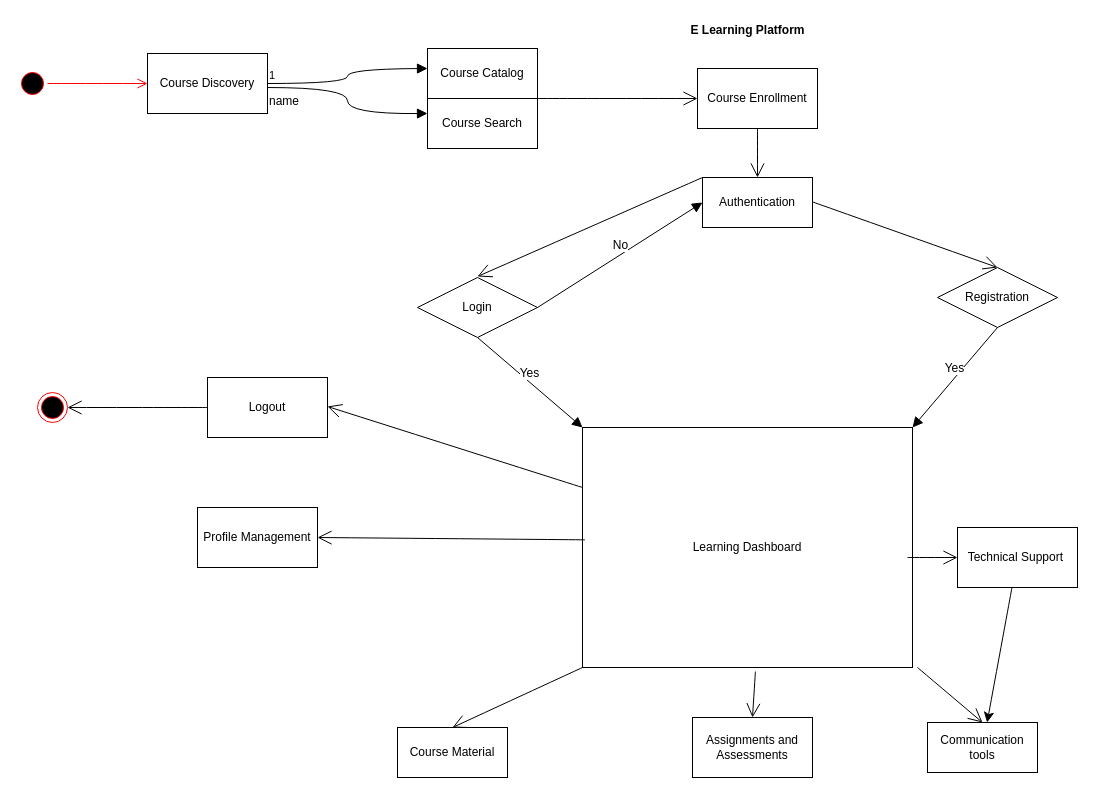
Above: Untitled Diagram.drawio in Saybuh/software_development (draw.io), before the change. Source tidied: cells renumbered, new cells numbered last; positions are measured from the earlier drawing's top-left corner, leaving out a move shared by most shapes. Both pictures are drawn from the tidied source at 100%, with x=0, y=0 at pixel (17, 17).
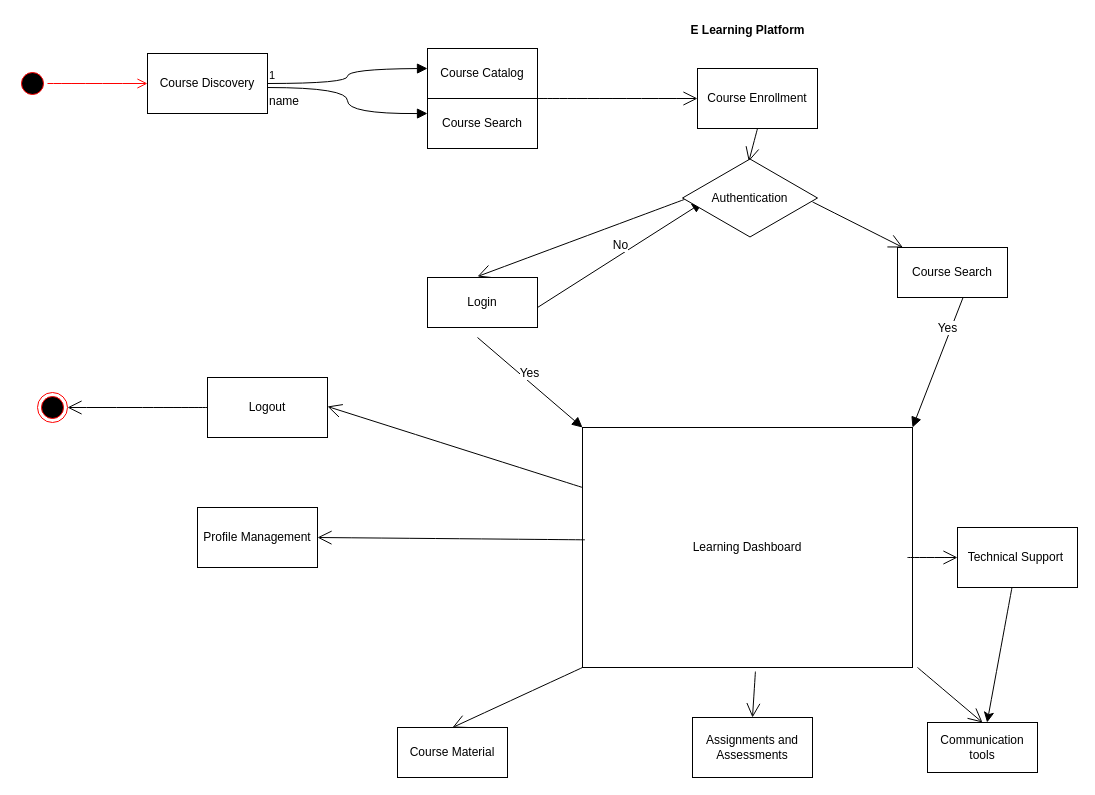
After the change.

Unchanged cells that the change refers to:
```xml
<mxCell id="4" value="Course Enrollment" style="rounded=0;whiteSpace=wrap;html=1;" parent="1" vertex="1">
  <mxGeometry x="680" y="51" width="120" height="60" as="geometry" />
</mxCell>
<mxCell id="5" value="Learning Dashboard" style="rounded=0;whiteSpace=wrap;html=1;" parent="1" vertex="1">
  <mxGeometry x="565" y="410" width="330" height="240" as="geometry" />
</mxCell>
```

Diff of the diagram source:
```diff
@@
-    <mxCell id="20" style="endArrow=open;endFill=1;endSize=12;html=1;rounded=0;fontSize=12;curved=1;entryX=0.5;entryY=0;entryDx=0;entryDy=0;exitX=0.5;exitY=1;exitDx=0;exitDy=0;" parent="1" edge="1" source="4" target="21">
+    <mxCell id="20" style="endArrow=open;endFill=1;endSize=12;html=1;rounded=0;fontSize=12;curved=1;entryX=0.491;entryY=0.049;entryDx=0;entryDy=0;exitX=0.5;exitY=1;exitDx=0;exitDy=0;entryPerimeter=0;" parent="1" edge="1" source="4" target="21">
       <mxGeometry relative="1" as="geometry" />
     </mxCell>
-    <mxCell id="21" value="Authentication" style="html=1;whiteSpace=wrap;" parent="1" vertex="1">
-      <mxGeometry x="685" y="160" width="110" height="50" as="geometry" />
-    </mxCell>
-    <mxCell id="22" style="endArrow=open;endFill=1;endSize=12;html=1;rounded=0;fontSize=12;curved=1;exitX=0;exitY=0;exitDx=0;exitDy=0;" parent="1" edge="1" source="21">
+    <mxCell id="22" style="endArrow=open;endFill=1;endSize=12;html=1;rounded=0;fontSize=12;curved=1;exitX=0.015;exitY=0.517;exitDx=0;exitDy=0;exitPerimeter=0;" parent="1" edge="1" source="21">
       <mxGeometry relative="1" as="geometry">
         <mxPoint x="460" y="259" as="targetPoint" />
       </mxGeometry>
     </mxCell>
-    <mxCell id="23" value="Yes" style="html=1;verticalAlign=bottom;endArrow=block;curved=0;rounded=0;fontSize=12;startSize=8;endSize=8;entryX=0;entryY=0;entryDx=0;entryDy=0;exitX=0.5;exitY=1;exitDx=0;exitDy=0;" parent="1" edge="1" source="24" target="5">
-      <mxGeometry relative="1" as="geometry" />
+    <mxCell id="23" value="Yes" style="html=1;verticalAlign=bottom;endArrow=block;curved=0;rounded=0;fontSize=12;startSize=8;endSize=8;entryX=0;entryY=0;entryDx=0;entryDy=0;exitX=0.5;exitY=1;exitDx=0;exitDy=0;" parent="1" edge="1" target="5">
+      <mxGeometry relative="1" as="geometry">
+        <mxPoint x="460" y="320" as="sourcePoint" />
+      </mxGeometry>
     </mxCell>
-    <mxCell id="24" value="Login" style="shape=rhombus;perimeter=rhombusPerimeter;whiteSpace=wrap;html=1;align=center;" parent="1" vertex="1">
-      <mxGeometry x="400" y="260" width="120" height="60" as="geometry" />
-    </mxCell>
-    <mxCell id="25" value="No" style="html=1;verticalAlign=bottom;endArrow=block;curved=0;rounded=0;fontSize=12;startSize=8;endSize=8;entryX=0;entryY=0.5;entryDx=0;entryDy=0;exitX=1;exitY=0.5;exitDx=0;exitDy=0;" parent="1" edge="1" source="24" target="21">
-      <mxGeometry relative="1" as="geometry" />
+    <mxCell id="25" value="No" style="html=1;verticalAlign=bottom;endArrow=block;curved=0;rounded=0;fontSize=12;startSize=8;endSize=8;entryX=0;entryY=0.5;entryDx=0;entryDy=0;exitX=1;exitY=0.5;exitDx=0;exitDy=0;" parent="1" edge="1">
+      <mxGeometry relative="1" as="geometry">
+        <mxPoint x="520" y="290" as="sourcePoint" />
+        <mxPoint x="685" y="185" as="targetPoint" />
+      </mxGeometry>
     </mxCell>
-    <mxCell id="26" value="Registration" style="shape=rhombus;perimeter=rhombusPerimeter;whiteSpace=wrap;html=1;align=center;" parent="1" vertex="1">
-      <mxGeometry x="920" y="250" width="120" height="60" as="geometry" />
-    </mxCell>
-    <mxCell id="27" style="endArrow=open;endFill=1;endSize=12;html=1;rounded=0;fontSize=12;curved=1;entryX=0.5;entryY=0;entryDx=0;entryDy=0;" parent="1" edge="1" target="26">
+    <mxCell id="27" style="endArrow=open;endFill=1;endSize=12;html=1;rounded=0;fontSize=12;curved=1;" parent="1" edge="1" target="38">
       <mxGeometry relative="1" as="geometry">
         <mxPoint x="795" y="184.4" as="sourcePoint" />
       </mxGeometry>
     </mxCell>
-    <mxCell id="28" value="Yes" style="html=1;verticalAlign=bottom;endArrow=block;curved=0;rounded=0;fontSize=12;startSize=8;endSize=8;entryX=1;entryY=0;entryDx=0;entryDy=0;exitX=0.5;exitY=1;exitDx=0;exitDy=0;" parent="1" edge="1" source="26" target="5">
-      <mxGeometry relative="1" as="geometry" />
+    <mxCell id="28" value="Yes" style="html=1;verticalAlign=bottom;endArrow=block;curved=0;rounded=0;fontSize=12;startSize=8;endSize=8;entryX=1;entryY=0;entryDx=0;entryDy=0;exitX=0.5;exitY=1;exitDx=0;exitDy=0;" parent="1" edge="1" target="5">
+      <mxGeometry relative="1" as="geometry">
+        <mxPoint x="965" y="230" as="sourcePoint" />
+      </mxGeometry>
     </mxCell>
@@
+    <mxCell id="24" value="Login" style="html=1;whiteSpace=wrap;" parent="1" vertex="1">
+      <mxGeometry x="410" y="260" width="110" height="50" as="geometry" />
+    </mxCell>
+    <mxCell id="38" value="Course Search" style="html=1;whiteSpace=wrap;" parent="1" vertex="1">
+      <mxGeometry x="880" y="230" width="110" height="50" as="geometry" />
+    </mxCell>
+    <mxCell id="21" value="Authentication" style="html=1;whiteSpace=wrap;shape=isoRectangle;" parent="1" vertex="1">
+      <mxGeometry x="665" y="140" width="135" height="81" as="geometry" />
+    </mxCell>
```
